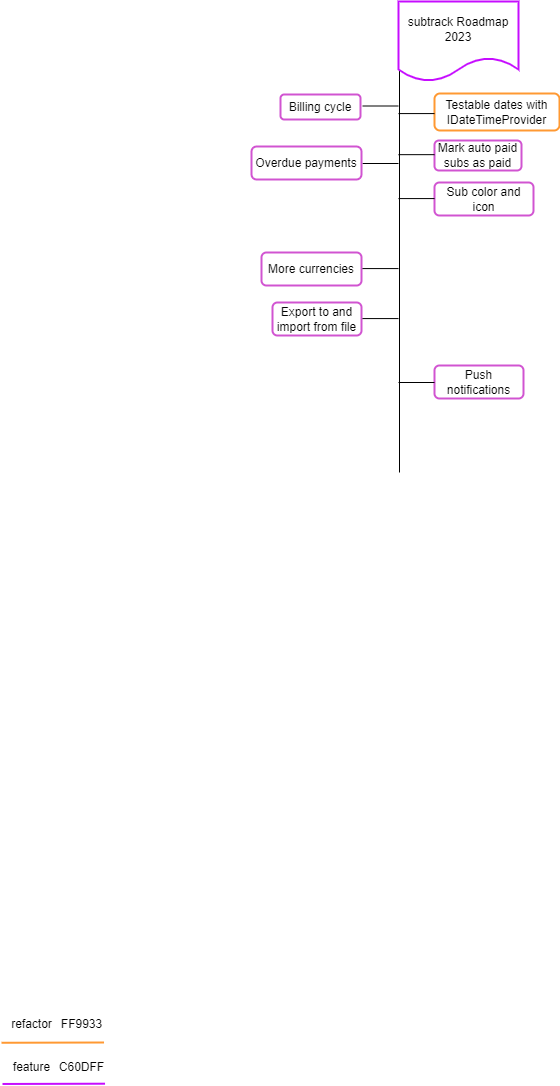
Above: docs/roadmap.png in Code2Gether-Discord/subtrack (draw.io), before the change. Source tidied: cells renumbered, new cells last; positions are measured from the earlier drawing's top-left corner, leaving out a move shared by most shapes.
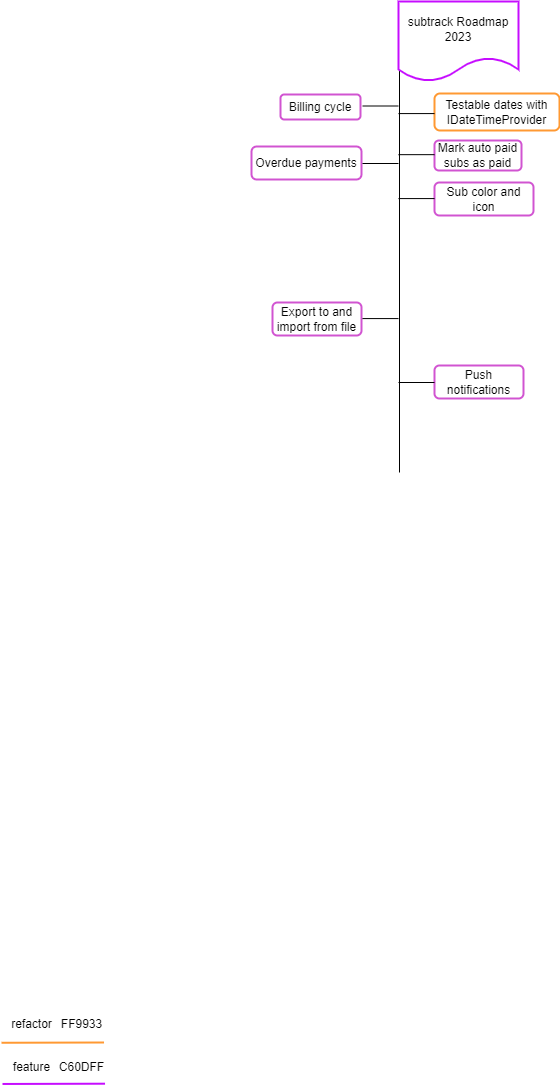
The same file after the commit.

Diff of the diagram source:
```diff
@@ -79,15 +79,6 @@
         <mxPoint x="433" y="381" as="targetPoint" />
       </mxGeometry>
     </mxCell>
-    <mxCell id="20" value="More currencies" style="rounded=1;whiteSpace=wrap;html=1;labelBackgroundColor=none;labelBorderColor=none;strokeColor=#D154D1;strokeWidth=2;fontColor=#030303;fillColor=#FFFFFF;" parent="1" vertex="1">
-      <mxGeometry x="260" y="251" width="100" height="33" as="geometry" />
-    </mxCell>
-    <mxCell id="21" style="edgeStyle=none;rounded=1;html=1;strokeColor=default;fontColor=#030303;endArrow=none;endFill=0;" parent="1" edge="1">
-      <mxGeometry relative="1" as="geometry">
-        <mxPoint x="361" y="267.1" as="sourcePoint" />
-        <mxPoint x="397" y="267.1" as="targetPoint" />
-      </mxGeometry>
-    </mxCell>
     <mxCell id="22" value="Overdue payments" style="rounded=1;whiteSpace=wrap;html=1;labelBackgroundColor=none;labelBorderColor=none;strokeColor=#D154D1;strokeWidth=2;fontColor=#030303;fillColor=#FFFFFF;" parent="1" vertex="1">
       <mxGeometry x="250" y="145" width="110" height="33" as="geometry" />
     </mxCell>
```
